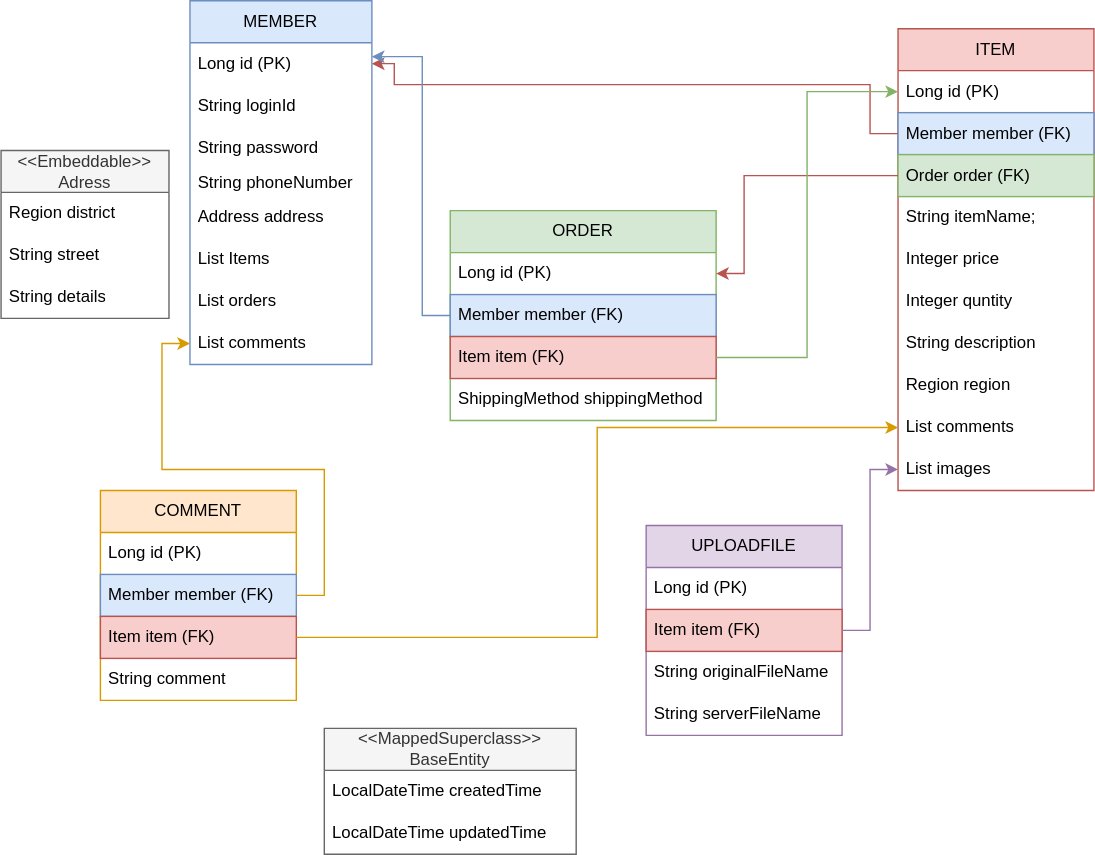
Above: src/main/resources/static/images/ERD.svg in 0808wonje/project (draw.io), before the change. Source tidied: cells renumbered, new cells last; positions are measured from the earlier drawing's top-left corner, leaving out a move shared by most shapes.
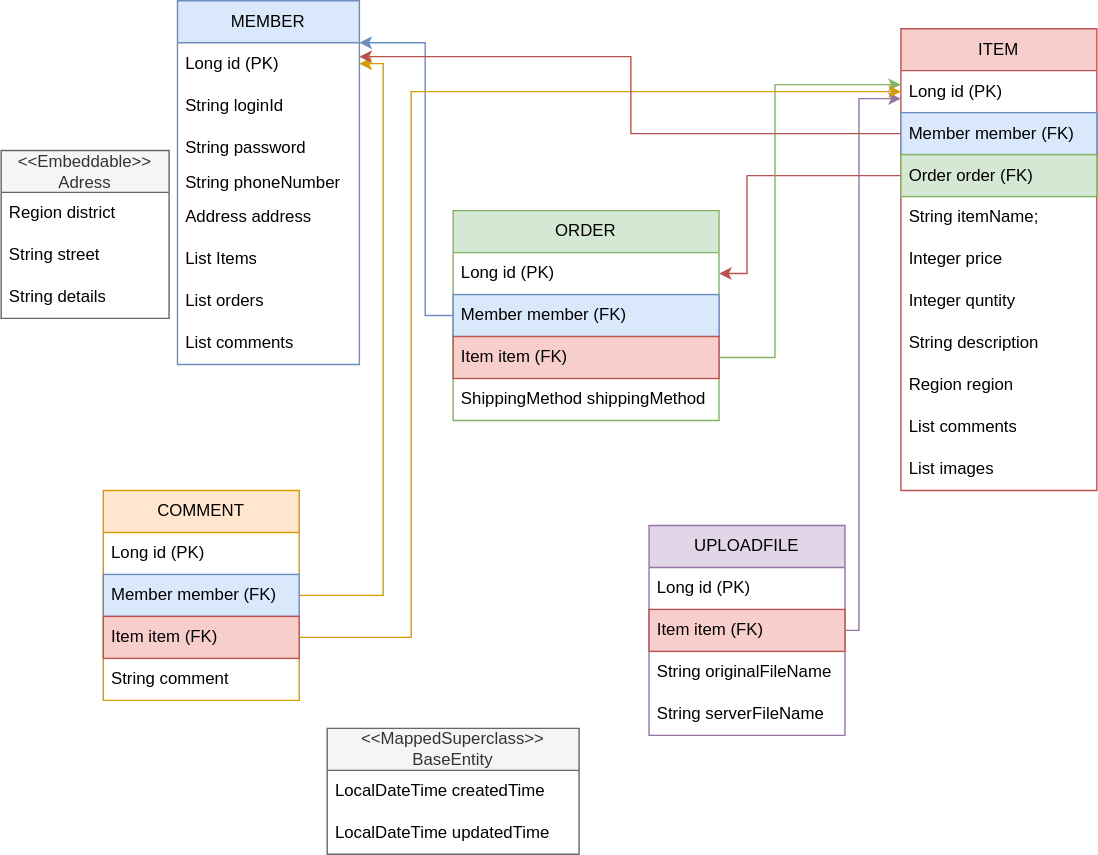
The same diagram one commit later.

Change to the diagram source:
```diff
@@ -66,7 +66,7 @@
       <mxGeometry y="300" width="140" height="30" as="geometry" />
     </mxCell>
     <mxCell id="23" value="MEMBER" style="swimlane;fontStyle=0;horizontal=1;startSize=30;whiteSpace=wrap;html=1;fillColor=#dae8fc;strokeColor=#6c8ebf;" parent="1" vertex="1">
-      <mxGeometry x="135" width="130" height="260" as="geometry" />
+      <mxGeometry x="124" width="130" height="260" as="geometry" />
     </mxCell>
     <mxCell id="24" value="Long id (PK)" style="text;strokeColor=none;fillColor=none;align=left;verticalAlign=middle;spacingLeft=4;spacingRight=4;overflow=hidden;points=[[0,0.5],[1,0.5]];portConstraint=eastwest;whiteSpace=wrap;html=1;" parent="23" vertex="1">
       <mxGeometry y="30" width="130" height="30" as="geometry" />
@@ -107,16 +107,6 @@
     <mxCell id="36" value="ShippingMethod shippingMethod" style="text;strokeColor=none;fillColor=none;align=left;verticalAlign=middle;spacingLeft=4;spacingRight=4;overflow=hidden;whiteSpace=wrap;html=1;" parent="32" vertex="1">
       <mxGeometry y="120" width="190" height="30" as="geometry" />
     </mxCell>
-    <mxCell id="37" style="edgeStyle=orthogonalEdgeStyle;rounded=0;jettySize=auto;html=1;entryX=1;entryY=0.5;entryDx=0;entryDy=0;strokeColor=#b85450;fillColor=#f8cecc;" parent="1" edge="1" source="14" target="24">
-      <mxGeometry relative="1" as="geometry">
-        <Array as="points">
-          <mxPoint x="621" y="95" />
-          <mxPoint x="621" y="60" />
-          <mxPoint x="281" y="60" />
-          <mxPoint x="281" y="45" />
-        </Array>
-      </mxGeometry>
-    </mxCell>
     <mxCell id="38" style="edgeStyle=orthogonalEdgeStyle;rounded=0;jettySize=auto;html=1;strokeColor=#b85450;fillColor=#f8cecc;" parent="1" edge="1" source="15" target="33">
       <mxGeometry relative="1" as="geometry">
         <Array as="points">
@@ -126,21 +116,23 @@
       </mxGeometry>
     </mxCell>
     <mxCell id="39" style="edgeStyle=orthogonalEdgeStyle;rounded=0;jettySize=auto;html=1;fillColor=#d5e8d4;strokeColor=#82b366;" parent="1" edge="1" source="35" target="13">
-      <mxGeometry relative="1" as="geometry" />
+      <mxGeometry relative="1" as="geometry">
+        <Array as="points">
+          <mxPoint x="551" y="255" />
+          <mxPoint x="551" y="60" />
+        </Array>
+      </mxGeometry>
     </mxCell>
-    <mxCell id="40" style="edgeStyle=orthogonalEdgeStyle;rounded=0;jettySize=auto;html=1;fillColor=#e1d5e7;strokeColor=#9673a6;" parent="1" edge="1" source="4" target="22">
-      <mxGeometry relative="1" as="geometry" />
-    </mxCell>
     <mxCell id="41" style="edgeStyle=orthogonalEdgeStyle;rounded=0;jettySize=auto;html=1;fillColor=#dae8fc;strokeColor=#6c8ebf;" parent="1" edge="1" source="34" target="24">
       <mxGeometry relative="1" as="geometry">
         <Array as="points">
           <mxPoint x="301" y="225" />
-          <mxPoint x="301" y="40" />
+          <mxPoint x="301" y="30" />
         </Array>
       </mxGeometry>
     </mxCell>
     <mxCell id="42" value="&amp;lt;&amp;lt;Embeddable&amp;gt;&amp;gt;&lt;br&gt;Adress" style="swimlane;fontStyle=0;horizontal=1;startSize=30;whiteSpace=wrap;html=1;fillColor=#f5f5f5;fontColor=#333333;strokeColor=#666666;" parent="1" vertex="1">
-      <mxGeometry y="107" width="120" height="120" as="geometry" />
+      <mxGeometry x="-2" y="107" width="120" height="120" as="geometry" />
     </mxCell>
     <mxCell id="43" value="Region district" style="text;strokeColor=none;fillColor=none;align=left;verticalAlign=middle;spacingLeft=4;spacingRight=4;overflow=hidden;whiteSpace=wrap;html=1;" parent="42" vertex="1">
       <mxGeometry y="30" width="120" height="30" as="geometry" />
@@ -151,12 +143,6 @@
     <mxCell id="45" value="String details" style="text;strokeColor=none;fillColor=none;align=left;verticalAlign=middle;spacingLeft=4;spacingRight=4;overflow=hidden;whiteSpace=wrap;html=1;" parent="42" vertex="1">
       <mxGeometry y="90" width="120" height="30" as="geometry" />
     </mxCell>
-    <mxCell id="46" style="edgeStyle=orthogonalEdgeStyle;rounded=0;jettySize=auto;html=1;fillColor=#ffe6cc;strokeColor=#d79b00;" parent="1" edge="1" source="9" target="31">
-      <mxGeometry relative="1" as="geometry" />
-    </mxCell>
-    <mxCell id="47" style="edgeStyle=orthogonalEdgeStyle;rounded=0;jettySize=auto;html=1;fillColor=#ffe6cc;strokeColor=#d79b00;" parent="1" edge="1" source="10" target="21">
-      <mxGeometry relative="1" as="geometry" />
-    </mxCell>
     <mxCell id="48" value="&amp;lt;&amp;lt;MappedSuperclass&amp;gt;&amp;gt;&lt;br&gt;BaseEntity" style="swimlane;fontStyle=0;horizontal=1;startSize=30;whiteSpace=wrap;html=1;fillColor=#f5f5f5;fontColor=#333333;strokeColor=#666666;" parent="1" vertex="1">
       <mxGeometry x="231" y="520" width="180" height="90" as="geometry" />
     </mxCell>
@@ -166,5 +152,37 @@
     <mxCell id="50" value="LocalDateTime updatedTime" style="text;strokeColor=none;fillColor=none;align=left;verticalAlign=middle;spacingLeft=4;spacingRight=4;overflow=hidden;whiteSpace=wrap;html=1;" parent="48" vertex="1">
       <mxGeometry y="60" width="180" height="30" as="geometry" />
     </mxCell>
+    <mxCell id="51" style="edgeStyle=orthogonalEdgeStyle;rounded=0;jettySize=auto;html=1;fillColor=#e1d5e7;strokeColor=#9673a6;" parent="1" edge="1" source="4" target="13">
+      <mxGeometry relative="1" as="geometry">
+        <Array as="points">
+          <mxPoint x="611" y="450" />
+          <mxPoint x="611" y="70" />
+        </Array>
+      </mxGeometry>
+    </mxCell>
+    <mxCell id="52" style="edgeStyle=orthogonalEdgeStyle;rounded=0;jettySize=auto;html=1;fillColor=#ffe6cc;strokeColor=#d79b00;" parent="1" edge="1" source="10" target="13">
+      <mxGeometry relative="1" as="geometry">
+        <Array as="points">
+          <mxPoint x="291" y="455" />
+          <mxPoint x="291" y="65" />
+        </Array>
+      </mxGeometry>
+    </mxCell>
+    <mxCell id="53" style="edgeStyle=orthogonalEdgeStyle;rounded=0;jettySize=auto;html=1;entryX=1;entryY=0.5;entryDx=0;entryDy=0;fillColor=#ffe6cc;strokeColor=#d79b00;" parent="1" edge="1" source="9" target="24">
+      <mxGeometry relative="1" as="geometry">
+        <Array as="points">
+          <mxPoint x="271" y="425" />
+          <mxPoint x="271" y="45" />
+        </Array>
+      </mxGeometry>
+    </mxCell>
+    <mxCell id="37" style="edgeStyle=orthogonalEdgeStyle;rounded=0;jettySize=auto;html=1;fillColor=#f8cecc;strokeColor=#b85450;" parent="1" edge="1" source="14" target="24">
+      <mxGeometry relative="1" as="geometry">
+        <Array as="points">
+          <mxPoint x="448" y="95" />
+          <mxPoint x="448" y="40" />
+        </Array>
+      </mxGeometry>
+    </mxCell>
   </root>
 </mxGraphModel>
```
